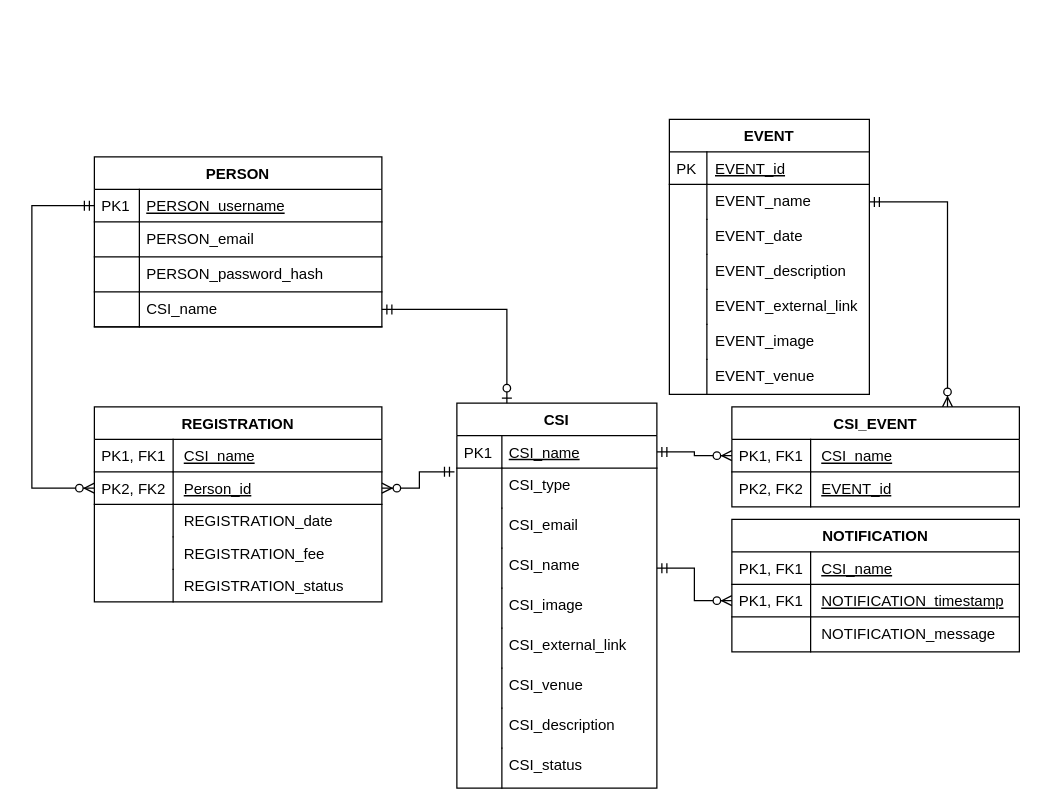
Above: Diagrams/ERD.drawio in Makizoro/Overclock (draw.io), before the change. Source tidied: cells renumbered, new cells numbered last; positions are measured from the earlier drawing's top-left corner, leaving out a move shared by most shapes. Both pictures are drawn from the tidied source at 125%, with x=0, y=0 at pixel (31, 119).
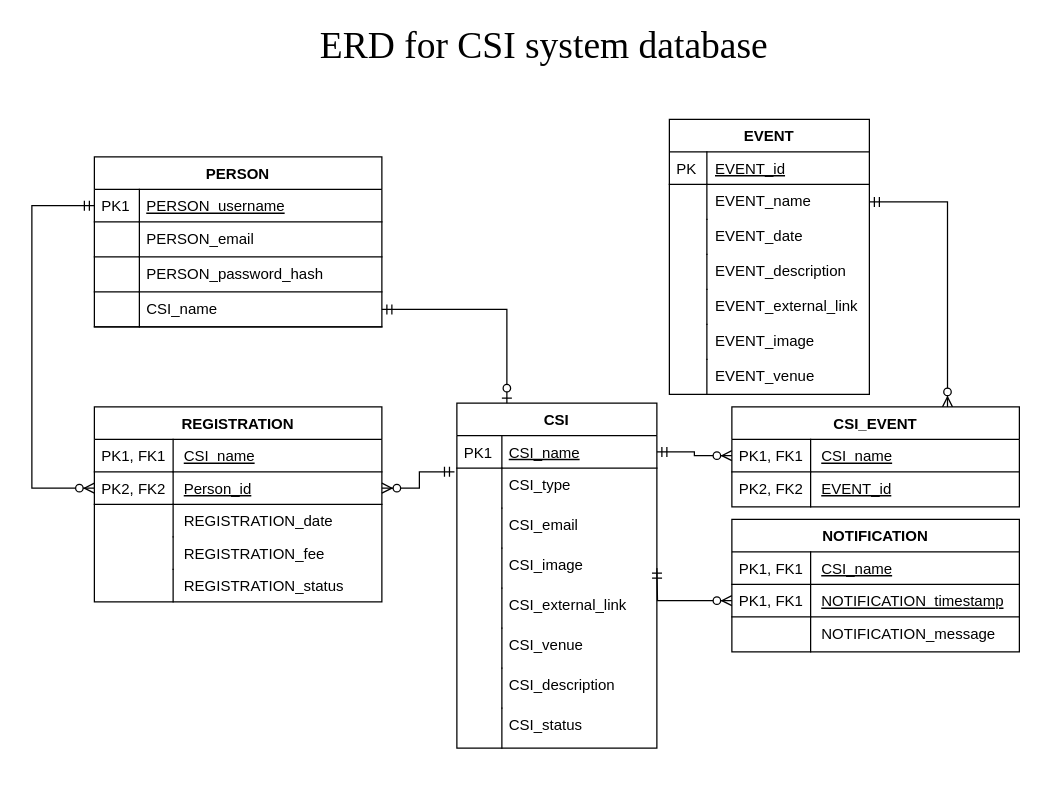
After the change.

The change refers to these unchanged cells:
```xml
<mxCell id="68" value="NOTIFICATION_timestamp" style="shape=partialRectangle;top=0;left=0;right=0;bottom=1;align=left;verticalAlign=top;fillColor=none;spacingLeft=70;spacingRight=4;overflow=hidden;points=[[0,0.5],[1,0.5]];portConstraint=eastwest;rounded=0;shadow=0;strokeWidth=1;fontStyle=4;" parent="65" vertex="1">
  <mxGeometry y="52" width="230" height="26" as="geometry" />
</mxCell>
```

Diff of the diagram source:
```diff
@@
     <mxCell id="2" value="CSI" style="swimlane;fontStyle=1;horizontal=1;startSize=26;rounded=0;shadow=0;strokeWidth=1;" parent="1" vertex="1">
-      <mxGeometry x="340" y="227" width="160" height="308" as="geometry" />
+      <mxGeometry x="340" y="227" width="160" height="276" as="geometry" />
     </mxCell>
@@
-    <mxCell id="9" value="CSI_name" style="shape=partialRectangle;top=0;left=0;right=0;bottom=0;align=left;verticalAlign=top;fillColor=none;spacingLeft=40;spacingRight=4;overflow=hidden;points=[[0,0.5],[1,0.5]];portConstraint=eastwest;rounded=0;shadow=0;strokeWidth=1;" parent="2" vertex="1">
-      <mxGeometry y="116" width="160" height="32" as="geometry" />
-    </mxCell>
-    <mxCell id="10" style="shape=partialRectangle;top=0;left=0;bottom=0;fillColor=none;align=left;verticalAlign=top;spacingLeft=4;spacingRight=4;overflow=hidden;" parent="9" vertex="1">
-      <mxGeometry width="36" height="32" as="geometry" />
-    </mxCell>
     <mxCell id="11" value="CSI_image" style="shape=partialRectangle;top=0;left=0;right=0;bottom=0;align=left;verticalAlign=top;fillColor=none;spacingLeft=40;spacingRight=4;overflow=hidden;rounded=0;shadow=0;strokeWidth=1;" parent="2" vertex="1">
-      <mxGeometry y="148" width="160" height="32" as="geometry" />
+      <mxGeometry y="116" width="160" height="32" as="geometry" />
     </mxCell>
@@
     <mxCell id="13" value="CSI_external_link" style="shape=partialRectangle;top=0;left=0;right=0;bottom=0;align=left;verticalAlign=top;fillColor=none;spacingLeft=40;spacingRight=4;overflow=hidden;rounded=0;shadow=0;strokeWidth=1;" parent="2" vertex="1">
-      <mxGeometry y="180" width="160" height="32" as="geometry" />
+      <mxGeometry y="148" width="160" height="32" as="geometry" />
     </mxCell>
@@
     <mxCell id="15" value="CSI_venue" style="shape=partialRectangle;top=0;left=0;right=0;bottom=0;align=left;verticalAlign=top;fillColor=none;spacingLeft=40;spacingRight=4;overflow=hidden;rounded=0;shadow=0;strokeWidth=1;" parent="2" vertex="1">
-      <mxGeometry y="212" width="160" height="32" as="geometry" />
+      <mxGeometry y="180" width="160" height="32" as="geometry" />
     </mxCell>
@@
     <mxCell id="17" value="CSI_description" style="shape=partialRectangle;top=0;left=0;right=0;bottom=0;align=left;verticalAlign=top;fillColor=none;spacingLeft=40;spacingRight=4;overflow=hidden;rounded=0;shadow=0;strokeWidth=1;" parent="2" vertex="1">
-      <mxGeometry y="244" width="160" height="32" as="geometry" />
+      <mxGeometry y="212" width="160" height="32" as="geometry" />
     </mxCell>
@@
     <mxCell id="19" value="CSI_status" style="shape=partialRectangle;top=0;left=0;right=0;bottom=0;align=left;verticalAlign=top;fillColor=none;spacingLeft=40;spacingRight=4;overflow=hidden;rounded=0;shadow=0;strokeWidth=1;" parent="2" vertex="1">
-      <mxGeometry y="276" width="160" height="32" as="geometry" />
+      <mxGeometry y="244" width="160" height="32" as="geometry" />
     </mxCell>
@@
-    <mxCell id="72" style="edgeStyle=orthogonalEdgeStyle;rounded=0;jettySize=auto;html=1;exitX=0;exitY=0.5;exitDx=0;exitDy=0;entryX=1;entryY=0.5;entryDx=0;entryDy=0;endArrow=ERmandOne;endFill=0;startArrow=ERzeroToMany;startFill=1;" parent="1" edge="1" source="68" target="9">
-      <mxGeometry relative="1" as="geometry" />
+    <mxCell id="72" style="edgeStyle=orthogonalEdgeStyle;rounded=0;jettySize=auto;html=1;exitX=0;exitY=0.5;exitDx=0;exitDy=0;entryX=1;entryY=0.5;entryDx=0;entryDy=0;endArrow=ERmandOne;endFill=0;startArrow=ERzeroToMany;startFill=1;" parent="1" edge="1" source="68">
+      <mxGeometry relative="1" as="geometry">
+        <mxPoint x="500" y="359" as="targetPoint" />
+      </mxGeometry>
     </mxCell>
@@
+    <mxCell id="74" value="ERD for CSI system database" style="text;html=1;strokeColor=none;fillColor=none;align=center;verticalAlign=middle;whiteSpace=wrap;rounded=0;fontFamily=Times New Roman;fontSize=30;" parent="1" vertex="1">
+      <mxGeometry x="220" y="-70" width="380" height="20" as="geometry" />
+    </mxCell>
```
